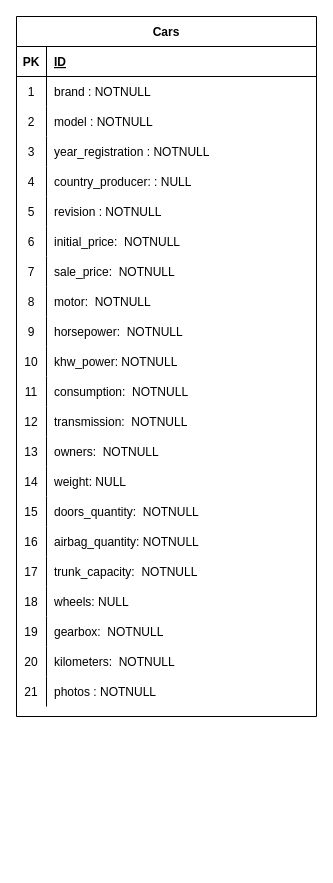
78741722Ale/db-first keeps this draw.io diagram as structure.drawio. Above is the earlier version. Source tidied: cells renumbered, new cells numbered last; positions are measured from the earlier drawing's top-left corner, leaving out a move shared by most shapes. Both pictures are drawn from the tidied source at 100%, with x=0, y=0 at pixel (16, 16).
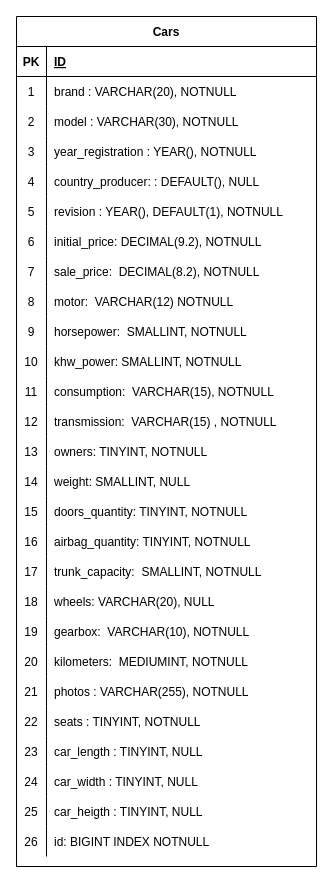
Above is the later version.

Commit message (it also covers changes not shown here):
Esercizio Completo Aggiunto file img della struttura

Unchanged cells that the change refers to:
```xml
<mxCell id="6" style="shape=partialRectangle;fillColor=none;top=0;left=0;bottom=0;right=0;" parent="2" vertex="1">
  <mxGeometry y="60" width="300" height="30" as="geometry" />
</mxCell>
<mxCell id="9" style="shape=partialRectangle;fillColor=none;top=0;left=0;bottom=0;right=0;" parent="2" vertex="1">
  <mxGeometry y="90" width="300" height="30" as="geometry" />
</mxCell>
<mxCell id="12" style="shape=partialRectangle;fillColor=none;top=0;left=0;bottom=0;right=0;" parent="2" vertex="1">
  <mxGeometry y="120" width="300" height="30" as="geometry" />
</mxCell>
<mxCell id="15" style="shape=partialRectangle;fillColor=none;top=0;left=0;bottom=0;right=0;" parent="2" vertex="1">
  <mxGeometry y="150" width="300" height="30" as="geometry" />
</mxCell>
<mxCell id="18" style="shape=partialRectangle;fillColor=none;top=0;left=0;bottom=0;right=0;" parent="2" vertex="1">
  <mxGeometry y="180" width="300" height="30" as="geometry" />
</mxCell>
<mxCell id="21" style="shape=partialRectangle;fillColor=none;top=0;left=0;bottom=0;right=0;" parent="2" vertex="1">
  <mxGeometry y="210" width="300" height="30" as="geometry" />
</mxCell>
<mxCell id="24" style="shape=partialRectangle;fillColor=none;top=0;left=0;bottom=0;right=0;" parent="2" vertex="1">
  <mxGeometry y="240" width="300" height="30" as="geometry" />
</mxCell>
<mxCell id="27" style="shape=partialRectangle;fillColor=none;top=0;left=0;bottom=0;right=0;" parent="2" vertex="1">
  <mxGeometry y="270" width="300" height="30" as="geometry" />
</mxCell>
<mxCell id="30" style="shape=partialRectangle;fillColor=none;top=0;left=0;bottom=0;right=0;" parent="2" vertex="1">
  <mxGeometry y="300" width="300" height="30" as="geometry" />
</mxCell>
<mxCell id="33" style="shape=partialRectangle;fillColor=none;top=0;left=0;bottom=0;right=0;" parent="2" vertex="1">
  <mxGeometry y="330" width="300" height="30" as="geometry" />
</mxCell>
<mxCell id="36" style="shape=partialRectangle;fillColor=none;top=0;left=0;bottom=0;right=0;" parent="2" vertex="1">
  <mxGeometry y="360" width="300" height="30" as="geometry" />
</mxCell>
<mxCell id="39" style="shape=partialRectangle;fillColor=none;top=0;left=0;bottom=0;right=0;" parent="2" vertex="1">
  <mxGeometry y="390" width="300" height="30" as="geometry" />
</mxCell>
<mxCell id="42" style="shape=partialRectangle;fillColor=none;top=0;left=0;bottom=0;right=0;" parent="2" vertex="1">
  <mxGeometry y="420" width="300" height="30" as="geometry" />
</mxCell>
<mxCell id="45" style="shape=partialRectangle;fillColor=none;top=0;left=0;bottom=0;right=0;" parent="2" vertex="1">
  <mxGeometry y="450" width="300" height="30" as="geometry" />
</mxCell>
<mxCell id="48" style="shape=partialRectangle;fillColor=none;top=0;left=0;bottom=0;right=0;" parent="2" vertex="1">
  <mxGeometry y="480" width="300" height="30" as="geometry" />
</mxCell>
<mxCell id="51" style="shape=partialRectangle;fillColor=none;top=0;left=0;bottom=0;right=0;" parent="2" vertex="1">
  <mxGeometry y="510" width="300" height="30" as="geometry" />
</mxCell>
<mxCell id="54" style="shape=partialRectangle;fillColor=none;top=0;left=0;bottom=0;right=0;" parent="2" vertex="1">
  <mxGeometry y="540" width="300" height="30" as="geometry" />
</mxCell>
<mxCell id="57" style="shape=partialRectangle;fillColor=none;top=0;left=0;bottom=0;right=0;" parent="2" vertex="1">
  <mxGeometry y="570" width="300" height="30" as="geometry" />
</mxCell>
<mxCell id="60" style="shape=partialRectangle;fillColor=none;top=0;left=0;bottom=0;right=0;" parent="2" vertex="1">
  <mxGeometry y="600" width="300" height="30" as="geometry" />
</mxCell>
<mxCell id="63" style="shape=partialRectangle;fillColor=none;top=0;left=0;bottom=0;right=0;" parent="2" vertex="1">
  <mxGeometry y="630" width="300" height="30" as="geometry" />
</mxCell>
<mxCell id="66" style="shape=partialRectangle;fillColor=none;top=0;left=0;bottom=0;right=0;" parent="2" vertex="1">
  <mxGeometry y="660" width="300" height="30" as="geometry" />
</mxCell>
```

The edit, as a diff of the source:
```diff
@@
     <mxCell id="2" value="Cars" style="shape=table;startSize=30;childLayout=tableLayout;rowLines=0;fontStyle=1;align=center;" parent="1" vertex="1">
-      <mxGeometry width="300" height="700" as="geometry" />
+      <mxGeometry width="300" height="850" as="geometry" />
     </mxCell>
@@
-    <mxCell id="8" value="brand : NOTNULL" style="shape=partialRectangle;fillColor=none;top=0;left=0;bottom=0;right=0;align=left;spacingLeft=6;overflow=hidden;" parent="6" vertex="1">
+    <mxCell id="8" value="brand : VARCHAR(20), NOTNULL " style="shape=partialRectangle;fillColor=none;top=0;left=0;bottom=0;right=0;align=left;spacingLeft=6;overflow=hidden;" parent="6" vertex="1">
       <mxGeometry x="30" width="270" height="30" as="geometry" />
     </mxCell>
@@
-    <mxCell id="11" value="model : NOTNULL" style="shape=partialRectangle;fillColor=none;top=0;left=0;bottom=0;right=0;align=left;spacingLeft=6;overflow=hidden;" parent="9" vertex="1">
+    <mxCell id="11" value="model : VARCHAR(30), NOTNULL " style="shape=partialRectangle;fillColor=none;top=0;left=0;bottom=0;right=0;align=left;spacingLeft=6;overflow=hidden;" parent="9" vertex="1">
       <mxGeometry x="30" width="270" height="30" as="geometry" />
     </mxCell>
@@
-    <mxCell id="14" value="year_registration : NOTNULL" style="shape=partialRectangle;fillColor=none;top=0;left=0;bottom=0;right=0;align=left;spacingLeft=6;overflow=hidden;" parent="12" vertex="1">
+    <mxCell id="14" value="year_registration : YEAR(), NOTNULL " style="shape=partialRectangle;fillColor=none;top=0;left=0;bottom=0;right=0;align=left;spacingLeft=6;overflow=hidden;" parent="12" vertex="1">
       <mxGeometry x="30" width="270" height="30" as="geometry" />
     </mxCell>
@@
-    <mxCell id="17" value="country_producer: : NULL" style="shape=partialRectangle;fillColor=none;top=0;left=0;bottom=0;right=0;align=left;spacingLeft=6;overflow=hidden;" parent="15" vertex="1">
+    <mxCell id="17" value="country_producer: : DEFAULT(), NULL" style="shape=partialRectangle;fillColor=none;top=0;left=0;bottom=0;right=0;align=left;spacingLeft=6;overflow=hidden;" parent="15" vertex="1">
       <mxGeometry x="30" width="270" height="30" as="geometry" />
     </mxCell>
@@
-    <mxCell id="20" value="revision : NOTNULL" style="shape=partialRectangle;fillColor=none;top=0;left=0;bottom=0;right=0;align=left;spacingLeft=6;overflow=hidden;" parent="18" vertex="1">
+    <mxCell id="20" value="revision : YEAR(), DEFAULT(1), NOTNULL" style="shape=partialRectangle;fillColor=none;top=0;left=0;bottom=0;right=0;align=left;spacingLeft=6;overflow=hidden;" parent="18" vertex="1">
       <mxGeometry x="30" width="270" height="30" as="geometry" />
     </mxCell>
@@
-    <mxCell id="23" value="initial_price:  NOTNULL" style="shape=partialRectangle;fillColor=none;top=0;left=0;bottom=0;right=0;align=left;spacingLeft=6;overflow=hidden;" parent="21" vertex="1">
+    <mxCell id="23" value="initial_price: DECIMAL(9.2), NOTNULL" style="shape=partialRectangle;fillColor=none;top=0;left=0;bottom=0;right=0;align=left;spacingLeft=6;overflow=hidden;" parent="21" vertex="1">
       <mxGeometry x="30" width="270" height="30" as="geometry" />
     </mxCell>
@@
-    <mxCell id="26" value="sale_price:  NOTNULL" style="shape=partialRectangle;fillColor=none;top=0;left=0;bottom=0;right=0;align=left;spacingLeft=6;overflow=hidden;" parent="24" vertex="1">
+    <mxCell id="26" value="sale_price:  DECIMAL(8.2), NOTNULL" style="shape=partialRectangle;fillColor=none;top=0;left=0;bottom=0;right=0;align=left;spacingLeft=6;overflow=hidden;" parent="24" vertex="1">
       <mxGeometry x="30" width="270" height="30" as="geometry" />
     </mxCell>
@@
-    <mxCell id="29" value="motor:  NOTNULL" style="shape=partialRectangle;fillColor=none;top=0;left=0;bottom=0;right=0;align=left;spacingLeft=6;overflow=hidden;" parent="27" vertex="1">
+    <mxCell id="29" value="motor:  VARCHAR(12) NOTNULL" style="shape=partialRectangle;fillColor=none;top=0;left=0;bottom=0;right=0;align=left;spacingLeft=6;overflow=hidden;" parent="27" vertex="1">
       <mxGeometry x="30" width="270" height="30" as="geometry" />
     </mxCell>
@@
-    <mxCell id="32" value="horsepower:  NOTNULL" style="shape=partialRectangle;fillColor=none;top=0;left=0;bottom=0;right=0;align=left;spacingLeft=6;overflow=hidden;" parent="30" vertex="1">
+    <mxCell id="32" value="horsepower:  SMALLINT, NOTNULL" style="shape=partialRectangle;fillColor=none;top=0;left=0;bottom=0;right=0;align=left;spacingLeft=6;overflow=hidden;" parent="30" vertex="1">
       <mxGeometry x="30" width="270" height="30" as="geometry" />
     </mxCell>
@@
-    <mxCell id="35" value="khw_power: NOTNULL" style="shape=partialRectangle;fillColor=none;top=0;left=0;bottom=0;right=0;align=left;spacingLeft=6;overflow=hidden;" parent="33" vertex="1">
+    <mxCell id="35" value="khw_power: SMALLINT, NOTNULL" style="shape=partialRectangle;fillColor=none;top=0;left=0;bottom=0;right=0;align=left;spacingLeft=6;overflow=hidden;" parent="33" vertex="1">
       <mxGeometry x="30" width="270" height="30" as="geometry" />
     </mxCell>
@@
-    <mxCell id="38" value="consumption:  NOTNULL" style="shape=partialRectangle;fillColor=none;top=0;left=0;bottom=0;right=0;align=left;spacingLeft=6;overflow=hidden;" parent="36" vertex="1">
+    <mxCell id="38" value="consumption:  VARCHAR(15), NOTNULL" style="shape=partialRectangle;fillColor=none;top=0;left=0;bottom=0;right=0;align=left;spacingLeft=6;overflow=hidden;" parent="36" vertex="1">
       <mxGeometry x="30" width="270" height="30" as="geometry" />
     </mxCell>
@@
-    <mxCell id="41" value="transmission:  NOTNULL" style="shape=partialRectangle;fillColor=none;top=0;left=0;bottom=0;right=0;align=left;spacingLeft=6;overflow=hidden;" parent="39" vertex="1">
+    <mxCell id="41" value="transmission:  VARCHAR(15) , NOTNULL" style="shape=partialRectangle;fillColor=none;top=0;left=0;bottom=0;right=0;align=left;spacingLeft=6;overflow=hidden;" parent="39" vertex="1">
       <mxGeometry x="30" width="270" height="30" as="geometry" />
     </mxCell>
@@
-    <mxCell id="44" value="owners:  NOTNULL" style="shape=partialRectangle;fillColor=none;top=0;left=0;bottom=0;right=0;align=left;spacingLeft=6;overflow=hidden;" parent="42" vertex="1">
+    <mxCell id="44" value="owners: TINYINT, NOTNULL" style="shape=partialRectangle;fillColor=none;top=0;left=0;bottom=0;right=0;align=left;spacingLeft=6;overflow=hidden;" parent="42" vertex="1">
       <mxGeometry x="30" width="270" height="30" as="geometry" />
     </mxCell>
@@
-    <mxCell id="47" value="weight: NULL" style="shape=partialRectangle;fillColor=none;top=0;left=0;bottom=0;right=0;align=left;spacingLeft=6;overflow=hidden;" parent="45" vertex="1">
+    <mxCell id="47" value="weight: SMALLINT, NULL" style="shape=partialRectangle;fillColor=none;top=0;left=0;bottom=0;right=0;align=left;spacingLeft=6;overflow=hidden;" parent="45" vertex="1">
       <mxGeometry x="30" width="270" height="30" as="geometry" />
     </mxCell>
@@
-    <mxCell id="50" value="doors_quantity:  NOTNULL" style="shape=partialRectangle;fillColor=none;top=0;left=0;bottom=0;right=0;align=left;spacingLeft=6;overflow=hidden;" parent="48" vertex="1">
+    <mxCell id="50" value="doors_quantity: TINYINT, NOTNULL" style="shape=partialRectangle;fillColor=none;top=0;left=0;bottom=0;right=0;align=left;spacingLeft=6;overflow=hidden;" parent="48" vertex="1">
       <mxGeometry x="30" width="270" height="30" as="geometry" />
     </mxCell>
@@
-    <mxCell id="53" value="airbag_quantity: NOTNULL" style="shape=partialRectangle;fillColor=none;top=0;left=0;bottom=0;right=0;align=left;spacingLeft=6;overflow=hidden;" parent="51" vertex="1">
+    <mxCell id="53" value="airbag_quantity: TINYINT, NOTNULL" style="shape=partialRectangle;fillColor=none;top=0;left=0;bottom=0;right=0;align=left;spacingLeft=6;overflow=hidden;" parent="51" vertex="1">
       <mxGeometry x="30" width="270" height="30" as="geometry" />
     </mxCell>
@@
-    <mxCell id="56" value="trunk_capacity:  NOTNULL" style="shape=partialRectangle;fillColor=none;top=0;left=0;bottom=0;right=0;align=left;spacingLeft=6;overflow=hidden;" parent="54" vertex="1">
+    <mxCell id="56" value="trunk_capacity:  SMALLINT, NOTNULL" style="shape=partialRectangle;fillColor=none;top=0;left=0;bottom=0;right=0;align=left;spacingLeft=6;overflow=hidden;" parent="54" vertex="1">
       <mxGeometry x="30" width="270" height="30" as="geometry" />
     </mxCell>
@@
-    <mxCell id="59" value="wheels: NULL" style="shape=partialRectangle;fillColor=none;top=0;left=0;bottom=0;right=0;align=left;spacingLeft=6;overflow=hidden;" parent="57" vertex="1">
+    <mxCell id="59" value="wheels: VARCHAR(20), NULL" style="shape=partialRectangle;fillColor=none;top=0;left=0;bottom=0;right=0;align=left;spacingLeft=6;overflow=hidden;" parent="57" vertex="1">
       <mxGeometry x="30" width="270" height="30" as="geometry" />
     </mxCell>
@@
-    <mxCell id="62" value="gearbox:  NOTNULL" style="shape=partialRectangle;fillColor=none;top=0;left=0;bottom=0;right=0;align=left;spacingLeft=6;overflow=hidden;" parent="60" vertex="1">
+    <mxCell id="62" value="gearbox:  VARCHAR(10), NOTNULL" style="shape=partialRectangle;fillColor=none;top=0;left=0;bottom=0;right=0;align=left;spacingLeft=6;overflow=hidden;" parent="60" vertex="1">
       <mxGeometry x="30" width="270" height="30" as="geometry" />
     </mxCell>
@@
-    <mxCell id="65" value="kilometers:  NOTNULL" style="shape=partialRectangle;fillColor=none;top=0;left=0;bottom=0;right=0;align=left;spacingLeft=6;overflow=hidden;" parent="63" vertex="1">
+    <mxCell id="65" value="kilometers:  MEDIUMINT, NOTNULL" style="shape=partialRectangle;fillColor=none;top=0;left=0;bottom=0;right=0;align=left;spacingLeft=6;overflow=hidden;" parent="63" vertex="1">
       <mxGeometry x="30" width="270" height="30" as="geometry" />
     </mxCell>
@@
-    <mxCell id="68" value="photos : NOTNULL" style="shape=partialRectangle;fillColor=none;top=0;left=0;bottom=0;right=0;align=left;spacingLeft=6;overflow=hidden;" parent="66" vertex="1">
+    <mxCell id="68" value="photos : VARCHAR(255), NOTNULL" style="shape=partialRectangle;fillColor=none;top=0;left=0;bottom=0;right=0;align=left;spacingLeft=6;overflow=hidden;" parent="66" vertex="1">
       <mxGeometry x="30" width="270" height="30" as="geometry" />
     </mxCell>
+    <mxCell id="69" style="shape=partialRectangle;fillColor=none;top=0;left=0;bottom=0;right=0;" parent="2" vertex="1">
+      <mxGeometry y="690" width="300" height="30" as="geometry" />
+    </mxCell>
+    <mxCell id="70" value="22" style="shape=partialRectangle;fillColor=none;top=0;left=0;bottom=0;right=0;overflow=hidden;" parent="69" vertex="1">
+      <mxGeometry width="30" height="30" as="geometry" />
+    </mxCell>
+    <mxCell id="71" value="seats : TINYINT, NOTNULL" style="shape=partialRectangle;fillColor=none;top=0;left=0;bottom=0;right=0;align=left;spacingLeft=6;overflow=hidden;" parent="69" vertex="1">
+      <mxGeometry x="30" width="270" height="30" as="geometry" />
+    </mxCell>
+    <mxCell id="72" style="shape=partialRectangle;fillColor=none;top=0;left=0;bottom=0;right=0;" parent="2" vertex="1">
+      <mxGeometry y="720" width="300" height="30" as="geometry" />
+    </mxCell>
+    <mxCell id="73" value="23" style="shape=partialRectangle;fillColor=none;top=0;left=0;bottom=0;right=0;overflow=hidden;" parent="72" vertex="1">
+      <mxGeometry width="30" height="30" as="geometry" />
+    </mxCell>
+    <mxCell id="74" value="car_length : TINYINT, NULL" style="shape=partialRectangle;fillColor=none;top=0;left=0;bottom=0;right=0;align=left;spacingLeft=6;overflow=hidden;" parent="72" vertex="1">
+      <mxGeometry x="30" width="270" height="30" as="geometry" />
+    </mxCell>
+    <mxCell id="75" style="shape=partialRectangle;fillColor=none;top=0;left=0;bottom=0;right=0;" parent="2" vertex="1">
+      <mxGeometry y="750" width="300" height="30" as="geometry" />
+    </mxCell>
+    <mxCell id="76" value="24" style="shape=partialRectangle;fillColor=none;top=0;left=0;bottom=0;right=0;overflow=hidden;" parent="75" vertex="1">
+      <mxGeometry width="30" height="30" as="geometry" />
+    </mxCell>
+    <mxCell id="77" value="car_width : TINYINT, NULL" style="shape=partialRectangle;fillColor=none;top=0;left=0;bottom=0;right=0;align=left;spacingLeft=6;overflow=hidden;" parent="75" vertex="1">
+      <mxGeometry x="30" width="270" height="30" as="geometry" />
+    </mxCell>
+    <mxCell id="78" style="shape=partialRectangle;fillColor=none;top=0;left=0;bottom=0;right=0;" parent="2" vertex="1">
+      <mxGeometry y="780" width="300" height="30" as="geometry" />
+    </mxCell>
+    <mxCell id="79" value="25" style="shape=partialRectangle;fillColor=none;top=0;left=0;bottom=0;right=0;overflow=hidden;" parent="78" vertex="1">
+      <mxGeometry width="30" height="30" as="geometry" />
+    </mxCell>
+    <mxCell id="80" value="car_heigth : TINYINT, NULL" style="shape=partialRectangle;fillColor=none;top=0;left=0;bottom=0;right=0;align=left;spacingLeft=6;overflow=hidden;" parent="78" vertex="1">
+      <mxGeometry x="30" width="270" height="30" as="geometry" />
+    </mxCell>
+    <mxCell id="81" style="shape=partialRectangle;fillColor=none;top=0;left=0;bottom=0;right=0;" parent="2" vertex="1">
+      <mxGeometry y="810" width="300" height="30" as="geometry" />
+    </mxCell>
+    <mxCell id="82" value="26" style="shape=partialRectangle;fillColor=none;top=0;left=0;bottom=0;right=0;overflow=hidden;" parent="81" vertex="1">
+      <mxGeometry width="30" height="30" as="geometry" />
+    </mxCell>
+    <mxCell id="83" value="id: BIGINT INDEX NOTNULL" style="shape=partialRectangle;fillColor=none;top=0;left=0;bottom=0;right=0;align=left;spacingLeft=6;overflow=hidden;" parent="81" vertex="1">
+      <mxGeometry x="30" width="270" height="30" as="geometry" />
+    </mxCell>
```
